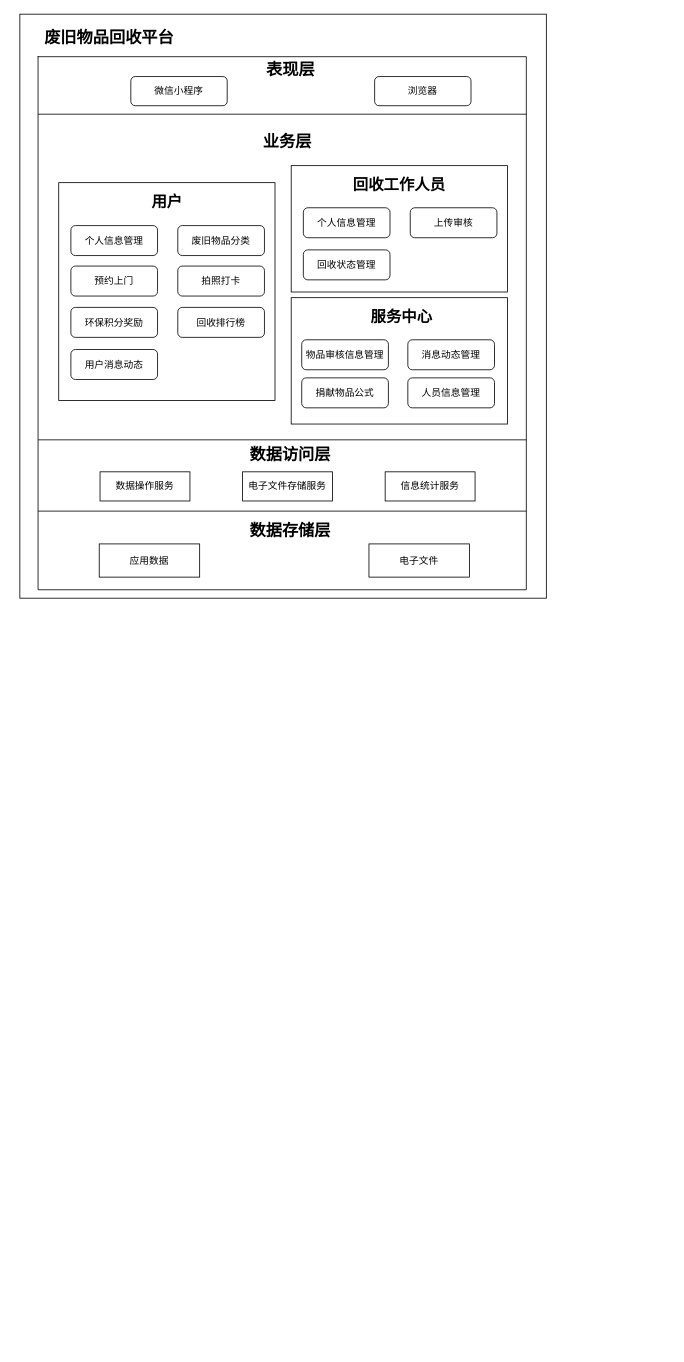
This is page "第 3 页" (3 of 4) of 回收人员端.drawio from Carlotte-yi/resolve, a draw.io file, before an edit. Source tidied: cells renumbered, new cells numbered last; positions are measured from the earlier drawing's top-left corner, leaving out a move shared by most shapes. Both pictures are drawn from the tidied source at 81%, with x=0, y=0 at pixel (19, 14).
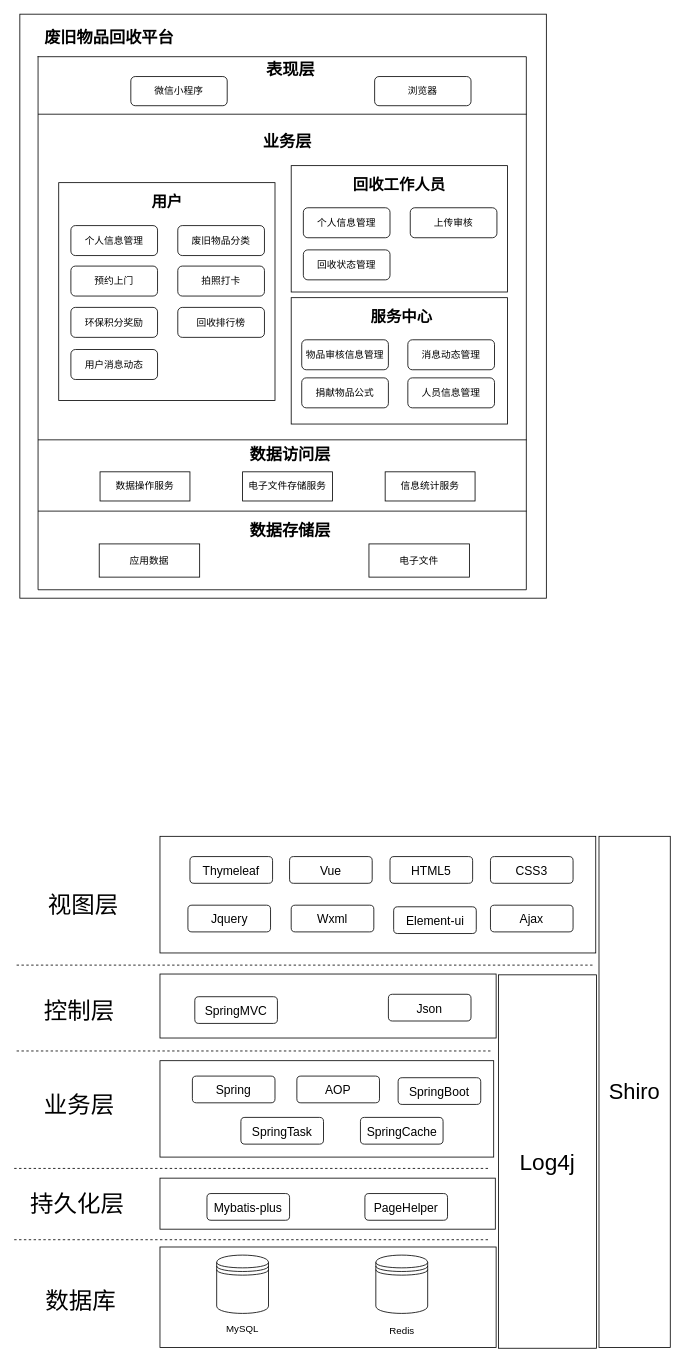
The same page after the edit.

Commit message:
更新回收人员端.drawio

Diff of the diagram source:
```diff
@@
+    <mxCell id="44" style="rounded=0;whiteSpace=wrap;html=1;strokeColor=default;fontFamily=Helvetica;fontSize=12;fontColor=default;fillColor=default;" parent="1" vertex="1">
+      <mxGeometry x="173" y="1015" width="538" height="144" as="geometry" />
+    </mxCell>
+    <mxCell id="45" value="&lt;font style=&quot;font-size: 15px;&quot;&gt;Thymeleaf&lt;/font&gt;" style="rounded=1;whiteSpace=wrap;html=1;strokeColor=default;fontFamily=Helvetica;fontSize=12;fontColor=default;fillColor=default;" parent="1" vertex="1">
+      <mxGeometry x="210" y="1040" width="102" height="33" as="geometry" />
+    </mxCell>
+    <mxCell id="46" value="&lt;font style=&quot;font-size: 15px;&quot;&gt;Vue&lt;/font&gt;" style="rounded=1;whiteSpace=wrap;html=1;strokeColor=default;fontFamily=Helvetica;fontSize=12;fontColor=default;fillColor=default;" parent="1" vertex="1">
+      <mxGeometry x="333" y="1040" width="102" height="33" as="geometry" />
+    </mxCell>
+    <mxCell id="47" value="&lt;font style=&quot;font-size: 15px;&quot;&gt;HTML5&lt;/font&gt;" style="rounded=1;whiteSpace=wrap;html=1;strokeColor=default;fontFamily=Helvetica;fontSize=12;fontColor=default;fillColor=default;" parent="1" vertex="1">
+      <mxGeometry x="457" y="1040" width="102" height="33" as="geometry" />
+    </mxCell>
+    <mxCell id="48" value="&lt;font style=&quot;font-size: 15px;&quot;&gt;CSS3&lt;/font&gt;" style="rounded=1;whiteSpace=wrap;html=1;strokeColor=default;fontFamily=Helvetica;fontSize=12;fontColor=default;fillColor=default;" parent="1" vertex="1">
+      <mxGeometry x="581" y="1040" width="102" height="33" as="geometry" />
+    </mxCell>
+    <mxCell id="49" value="&lt;span style=&quot;font-size: 15px;&quot;&gt;Ajax&lt;/span&gt;" style="rounded=1;whiteSpace=wrap;html=1;strokeColor=default;fontFamily=Helvetica;fontSize=12;fontColor=default;fillColor=default;" parent="1" vertex="1">
+      <mxGeometry x="581" y="1100" width="102" height="33" as="geometry" />
+    </mxCell>
+    <mxCell id="50" value="&lt;font style=&quot;font-size: 15px;&quot;&gt;Jquery&lt;/font&gt;" style="rounded=1;whiteSpace=wrap;html=1;strokeColor=default;fontFamily=Helvetica;fontSize=12;fontColor=default;fillColor=default;" parent="1" vertex="1">
+      <mxGeometry x="207.5" y="1100" width="102" height="33" as="geometry" />
+    </mxCell>
+    <mxCell id="51" value="&lt;font style=&quot;font-size: 15px;&quot;&gt;Wxml&lt;/font&gt;" style="rounded=1;whiteSpace=wrap;html=1;strokeColor=default;fontFamily=Helvetica;fontSize=12;fontColor=default;fillColor=default;" parent="1" vertex="1">
+      <mxGeometry x="335" y="1100" width="102" height="33" as="geometry" />
+    </mxCell>
+    <mxCell id="52" value="&lt;font style=&quot;font-size: 15px;&quot;&gt;Element-ui&lt;/font&gt;" style="rounded=1;whiteSpace=wrap;html=1;strokeColor=default;fontFamily=Helvetica;fontSize=12;fontColor=default;fillColor=default;" parent="1" vertex="1">
+      <mxGeometry x="461.5" y="1102" width="102" height="33" as="geometry" />
+    </mxCell>
+    <mxCell id="53" style="rounded=0;whiteSpace=wrap;html=1;strokeColor=default;fontFamily=Helvetica;fontSize=12;fontColor=default;fillColor=default;" parent="1" vertex="1">
+      <mxGeometry x="173" y="1185" width="415" height="79" as="geometry" />
+    </mxCell>
+    <mxCell id="54" value="&lt;font style=&quot;font-size: 15px;&quot;&gt;SpringMVC&lt;/font&gt;" style="rounded=1;whiteSpace=wrap;html=1;strokeColor=default;fontFamily=Helvetica;fontSize=12;fontColor=default;fillColor=default;" parent="1" vertex="1">
+      <mxGeometry x="216" y="1213" width="102" height="33" as="geometry" />
+    </mxCell>
+    <mxCell id="55" value="&lt;font style=&quot;font-size: 15px;&quot;&gt;Json&lt;/font&gt;" style="rounded=1;whiteSpace=wrap;html=1;strokeColor=default;fontFamily=Helvetica;fontSize=12;fontColor=default;fillColor=default;" parent="1" vertex="1">
+      <mxGeometry x="455" y="1210" width="102" height="33" as="geometry" />
+    </mxCell>
+    <mxCell id="56" value="&lt;font style=&quot;font-size: 28px;&quot;&gt;Log4j&lt;/font&gt;" style="rounded=0;whiteSpace=wrap;html=1;strokeColor=default;fontFamily=Helvetica;fontSize=12;fontColor=default;fillColor=default;" parent="1" vertex="1">
+      <mxGeometry x="591" y="1186" width="121" height="461" as="geometry" />
+    </mxCell>
+    <mxCell id="57" style="rounded=0;whiteSpace=wrap;html=1;strokeColor=default;fontFamily=Helvetica;fontSize=12;fontColor=default;fillColor=default;" parent="1" vertex="1">
+      <mxGeometry x="173" y="1292" width="412" height="119" as="geometry" />
+    </mxCell>
+    <mxCell id="58" value="&lt;font style=&quot;font-size: 15px;&quot;&gt;Spring&lt;/font&gt;" style="rounded=1;whiteSpace=wrap;html=1;strokeColor=default;fontFamily=Helvetica;fontSize=12;fontColor=default;fillColor=default;" parent="1" vertex="1">
+      <mxGeometry x="213" y="1311" width="102" height="33" as="geometry" />
+    </mxCell>
+    <mxCell id="59" value="&lt;font style=&quot;font-size: 15px;&quot;&gt;AOP&lt;/font&gt;" style="rounded=1;whiteSpace=wrap;html=1;strokeColor=default;fontFamily=Helvetica;fontSize=12;fontColor=default;fillColor=default;" parent="1" vertex="1">
+      <mxGeometry x="342" y="1311" width="102" height="33" as="geometry" />
+    </mxCell>
+    <mxCell id="60" value="&lt;font style=&quot;font-size: 15px;&quot;&gt;SpringBoot&lt;/font&gt;" style="rounded=1;whiteSpace=wrap;html=1;strokeColor=default;fontFamily=Helvetica;fontSize=12;fontColor=default;fillColor=default;" parent="1" vertex="1">
+      <mxGeometry x="467" y="1313" width="102" height="33" as="geometry" />
+    </mxCell>
+    <mxCell id="61" value="&lt;font style=&quot;font-size: 15px;&quot;&gt;SpringTask&lt;/font&gt;" style="rounded=1;whiteSpace=wrap;html=1;strokeColor=default;fontFamily=Helvetica;fontSize=12;fontColor=default;fillColor=default;" parent="1" vertex="1">
+      <mxGeometry x="272.9" y="1362" width="102" height="33" as="geometry" />
+    </mxCell>
+    <mxCell id="62" value="&lt;span style=&quot;font-size: 15px;&quot;&gt;SpringCache&lt;/span&gt;" style="rounded=1;whiteSpace=wrap;html=1;strokeColor=default;fontFamily=Helvetica;fontSize=12;fontColor=default;fillColor=default;" parent="1" vertex="1">
+      <mxGeometry x="420.5" y="1362" width="102" height="33" as="geometry" />
+    </mxCell>
+    <mxCell id="63" style="rounded=0;whiteSpace=wrap;html=1;strokeColor=default;fontFamily=Helvetica;fontSize=12;fontColor=default;fillColor=default;" parent="1" vertex="1">
+      <mxGeometry x="173" y="1437" width="414" height="63" as="geometry" />
+    </mxCell>
+    <mxCell id="64" value="&lt;font style=&quot;font-size: 15px;&quot;&gt;Mybatis-plus&lt;/font&gt;" style="rounded=1;whiteSpace=wrap;html=1;strokeColor=default;fontFamily=Helvetica;fontSize=12;fontColor=default;fillColor=default;" parent="1" vertex="1">
+      <mxGeometry x="231" y="1456" width="102" height="33" as="geometry" />
+    </mxCell>
+    <mxCell id="65" value="&lt;font style=&quot;font-size: 15px;&quot;&gt;PageHelper&lt;/font&gt;" style="rounded=1;whiteSpace=wrap;html=1;strokeColor=default;fontFamily=Helvetica;fontSize=12;fontColor=default;fillColor=default;" parent="1" vertex="1">
+      <mxGeometry x="426" y="1456" width="102" height="33" as="geometry" />
+    </mxCell>
+    <mxCell id="66" style="rounded=0;whiteSpace=wrap;html=1;strokeColor=default;fontFamily=Helvetica;fontSize=12;fontColor=default;fillColor=default;" parent="1" vertex="1">
+      <mxGeometry x="173" y="1522" width="415" height="124" as="geometry" />
+    </mxCell>
+    <mxCell id="67" style="shape=datastore;whiteSpace=wrap;html=1;rounded=0;strokeColor=default;fontFamily=Helvetica;fontSize=12;fontColor=default;fillColor=default;" parent="1" vertex="1">
+      <mxGeometry x="243" y="1532" width="64" height="72" as="geometry" />
+    </mxCell>
+    <mxCell id="68" value="MySQL" style="text;html=1;strokeColor=none;fillColor=none;align=center;verticalAlign=middle;whiteSpace=wrap;rounded=0;fontSize=12;fontFamily=Helvetica;fontColor=default;" parent="1" vertex="1">
+      <mxGeometry x="245" y="1609" width="60" height="30" as="geometry" />
+    </mxCell>
+    <mxCell id="69" style="shape=datastore;whiteSpace=wrap;html=1;rounded=0;strokeColor=default;fontFamily=Helvetica;fontSize=12;fontColor=default;fillColor=default;" parent="1" vertex="1">
+      <mxGeometry x="439.5" y="1532" width="64" height="72" as="geometry" />
+    </mxCell>
+    <mxCell id="70" value="Redis" style="text;html=1;strokeColor=none;fillColor=none;align=center;verticalAlign=middle;whiteSpace=wrap;rounded=0;fontSize=12;fontFamily=Helvetica;fontColor=default;" parent="1" vertex="1">
+      <mxGeometry x="441.5" y="1611" width="60" height="30" as="geometry" />
+    </mxCell>
+    <mxCell id="71" value="&lt;font style=&quot;font-size: 27px;&quot;&gt;Shiro&lt;/font&gt;" style="rounded=0;whiteSpace=wrap;html=1;strokeColor=default;fontFamily=Helvetica;fontSize=12;fontColor=default;fillColor=default;" parent="1" vertex="1">
+      <mxGeometry x="715" y="1015" width="88" height="631" as="geometry" />
+    </mxCell>
+    <mxCell id="72" style="endArrow=none;dashed=1;html=1;rounded=0;fontFamily=Helvetica;fontSize=12;fontColor=default;" parent="1" edge="1">
+      <mxGeometry relative="1" as="geometry">
+        <mxPoint x="-4" y="1174" as="sourcePoint" />
+        <mxPoint x="707" y="1174" as="targetPoint" />
+      </mxGeometry>
+    </mxCell>
+    <mxCell id="73" style="endArrow=none;dashed=1;html=1;rounded=0;fontFamily=Helvetica;fontSize=12;fontColor=default;" parent="1" edge="1">
+      <mxGeometry relative="1" as="geometry">
+        <mxPoint x="-4" y="1280" as="sourcePoint" />
+        <mxPoint x="584" y="1280" as="targetPoint" />
+      </mxGeometry>
+    </mxCell>
+    <mxCell id="74" style="endArrow=none;dashed=1;html=1;rounded=0;fontFamily=Helvetica;fontSize=12;fontColor=default;" parent="1" edge="1">
+      <mxGeometry relative="1" as="geometry">
+        <mxPoint x="-7" y="1425" as="sourcePoint" />
+        <mxPoint x="581" y="1425" as="targetPoint" />
+      </mxGeometry>
+    </mxCell>
+    <mxCell id="75" style="endArrow=none;dashed=1;html=1;rounded=0;fontFamily=Helvetica;fontSize=12;fontColor=default;" parent="1" edge="1">
+      <mxGeometry relative="1" as="geometry">
+        <mxPoint x="-7" y="1513" as="sourcePoint" />
+        <mxPoint x="581" y="1513" as="targetPoint" />
+      </mxGeometry>
+    </mxCell>
+    <mxCell id="76" value="&lt;font style=&quot;font-size: 29px;&quot;&gt;视图层&lt;/font&gt;" style="text;html=1;strokeColor=none;fillColor=none;align=center;verticalAlign=middle;whiteSpace=wrap;rounded=0;fontSize=12;fontFamily=Helvetica;fontColor=default;" parent="1" vertex="1">
+      <mxGeometry x="20" y="1085" width="117" height="30" as="geometry" />
+    </mxCell>
+    <mxCell id="77" value="&lt;font style=&quot;font-size: 29px;&quot;&gt;控制层&lt;/font&gt;" style="text;html=1;strokeColor=none;fillColor=none;align=center;verticalAlign=middle;whiteSpace=wrap;rounded=0;fontSize=12;fontFamily=Helvetica;fontColor=default;" parent="1" vertex="1">
+      <mxGeometry x="14.5" y="1216" width="117" height="30" as="geometry" />
+    </mxCell>
+    <mxCell id="78" value="&lt;font style=&quot;font-size: 29px;&quot;&gt;业务层&lt;/font&gt;" style="text;html=1;strokeColor=none;fillColor=none;align=center;verticalAlign=middle;whiteSpace=wrap;rounded=0;fontSize=12;fontFamily=Helvetica;fontColor=default;" parent="1" vertex="1">
+      <mxGeometry x="14.5" y="1332" width="117" height="30" as="geometry" />
+    </mxCell>
+    <mxCell id="79" value="&lt;span style=&quot;font-size: 29px;&quot;&gt;持久化层&lt;/span&gt;" style="text;html=1;strokeColor=none;fillColor=none;align=center;verticalAlign=middle;whiteSpace=wrap;rounded=0;fontSize=12;fontFamily=Helvetica;fontColor=default;" parent="1" vertex="1">
+      <mxGeometry x="2" y="1453.5" width="137.5" height="30" as="geometry" />
+    </mxCell>
+    <mxCell id="80" value="&lt;font style=&quot;font-size: 29px;&quot;&gt;数据库&lt;/font&gt;" style="text;html=1;strokeColor=none;fillColor=none;align=center;verticalAlign=middle;whiteSpace=wrap;rounded=0;fontSize=12;fontFamily=Helvetica;fontColor=default;" parent="1" vertex="1">
+      <mxGeometry x="17" y="1574" width="117" height="30" as="geometry" />
+    </mxCell>
```
